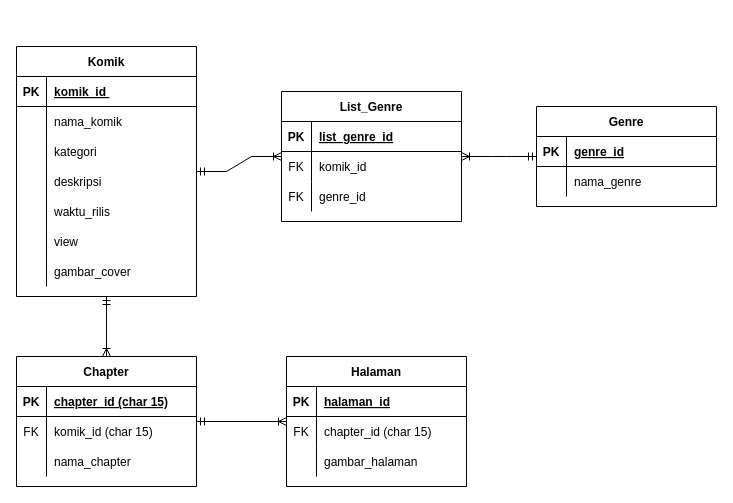
Earlier version of the draw.io diagram page "Database" (2 of 2) of flow web.drawio (Aryanda04/web_komik). Source tidied: cells renumbered, new cells numbered last; positions are measured from the earlier drawing's top-left corner, leaving out a move shared by most shapes. Both pictures are drawn from the tidied source at 100%, with x=0, y=0 at pixel (16, 46).
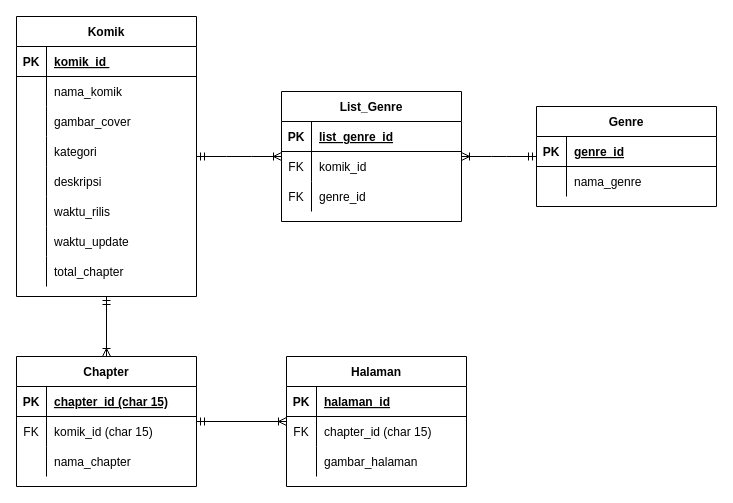
After the change.

The edit, as a diff of the source:
```diff
@@
     <mxCell id="2" value="Komik" style="shape=table;startSize=30;childLayout=tableLayout;rowLines=0;fontStyle=1;align=center;" parent="1" vertex="1">
-      <mxGeometry width="180" height="250" as="geometry" />
+      <mxGeometry y="-30" width="180" height="280" as="geometry" />
     </mxCell>
@@
+    <mxCell id="21" style="shape=partialRectangle;fillColor=none;top=0;left=0;bottom=0;right=0;" parent="2" vertex="1">
+      <mxGeometry y="90" width="180" height="30" as="geometry" />
+    </mxCell>
+    <mxCell id="22" style="shape=partialRectangle;fillColor=none;top=0;left=0;bottom=0;right=0;overflow=hidden;" parent="21" vertex="1">
+      <mxGeometry width="30" height="30" as="geometry" />
+    </mxCell>
+    <mxCell id="23" value="gambar_cover" style="shape=partialRectangle;fillColor=none;top=0;left=0;bottom=0;right=0;align=left;spacingLeft=6;overflow=hidden;" parent="21" vertex="1">
+      <mxGeometry x="30" width="150" height="30" as="geometry" />
+    </mxCell>
     <mxCell id="9" style="shape=partialRectangle;fillColor=none;top=0;left=0;bottom=0;right=0;" parent="2" vertex="1">
-      <mxGeometry y="90" width="180" height="30" as="geometry" />
+      <mxGeometry y="120" width="180" height="30" as="geometry" />
     </mxCell>
@@
     <mxCell id="12" style="shape=partialRectangle;fillColor=none;top=0;left=0;bottom=0;right=0;" parent="2" vertex="1">
-      <mxGeometry y="120" width="180" height="30" as="geometry" />
+      <mxGeometry y="150" width="180" height="30" as="geometry" />
     </mxCell>
@@
     <mxCell id="15" style="shape=partialRectangle;fillColor=none;top=0;left=0;bottom=0;right=0;" parent="2" vertex="1">
-      <mxGeometry y="150" width="180" height="30" as="geometry" />
+      <mxGeometry y="180" width="180" height="30" as="geometry" />
     </mxCell>
@@
-    <mxCell id="18" style="shape=partialRectangle;fillColor=none;top=0;left=0;bottom=0;right=0;" parent="2" vertex="1">
-      <mxGeometry y="180" width="180" height="30" as="geometry" />
-    </mxCell>
-    <mxCell id="19" style="shape=partialRectangle;fillColor=none;top=0;left=0;bottom=0;right=0;overflow=hidden;" parent="18" vertex="1">
-      <mxGeometry width="30" height="30" as="geometry" />
-    </mxCell>
-    <mxCell id="20" value="view" style="shape=partialRectangle;fillColor=none;top=0;left=0;bottom=0;right=0;align=left;spacingLeft=6;overflow=hidden;" parent="18" vertex="1">
-      <mxGeometry x="30" width="150" height="30" as="geometry" />
-    </mxCell>
-    <mxCell id="21" style="shape=partialRectangle;fillColor=none;top=0;left=0;bottom=0;right=0;" parent="2" vertex="1">
-      <mxGeometry y="210" width="180" height="30" as="geometry" />
-    </mxCell>
-    <mxCell id="22" style="shape=partialRectangle;fillColor=none;top=0;left=0;bottom=0;right=0;overflow=hidden;" parent="21" vertex="1">
-      <mxGeometry width="30" height="30" as="geometry" />
-    </mxCell>
-    <mxCell id="23" value="gambar_cover" style="shape=partialRectangle;fillColor=none;top=0;left=0;bottom=0;right=0;align=left;spacingLeft=6;overflow=hidden;" parent="21" vertex="1">
-      <mxGeometry x="30" width="150" height="30" as="geometry" />
-    </mxCell>
+    <mxCell id="65" style="shape=partialRectangle;fillColor=none;top=0;left=0;bottom=0;right=0;" parent="2" vertex="1">
+      <mxGeometry y="210" width="180" height="30" as="geometry" />
+    </mxCell>
+    <mxCell id="66" style="shape=partialRectangle;fillColor=none;top=0;left=0;bottom=0;right=0;overflow=hidden;" parent="65" vertex="1">
+      <mxGeometry width="30" height="30" as="geometry" />
+    </mxCell>
+    <mxCell id="67" value="waktu_update" style="shape=partialRectangle;fillColor=none;top=0;left=0;bottom=0;right=0;align=left;spacingLeft=6;overflow=hidden;" parent="65" vertex="1">
+      <mxGeometry x="30" width="150" height="30" as="geometry" />
+    </mxCell>
+    <mxCell id="68" style="shape=partialRectangle;fillColor=none;top=0;left=0;bottom=0;right=0;" parent="2" vertex="1">
+      <mxGeometry y="240" width="180" height="30" as="geometry" />
+    </mxCell>
+    <mxCell id="69" style="shape=partialRectangle;fillColor=none;top=0;left=0;bottom=0;right=0;overflow=hidden;" parent="68" vertex="1">
+      <mxGeometry width="30" height="30" as="geometry" />
+    </mxCell>
+    <mxCell id="70" value="total_chapter" style="shape=partialRectangle;fillColor=none;top=0;left=0;bottom=0;right=0;align=left;spacingLeft=6;overflow=hidden;" parent="68" vertex="1">
+      <mxGeometry x="30" width="150" height="30" as="geometry" />
+    </mxCell>
```
